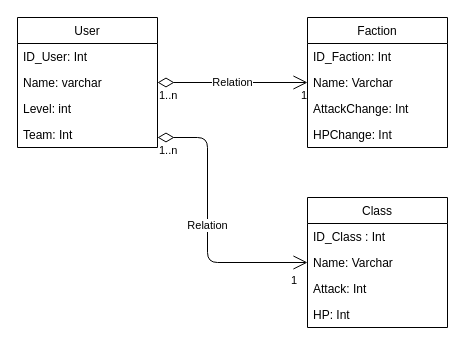
The draw.io diagram diagramme/diagClass.dio in No-Game-No-Pain/Game, before the edit. Source tidied: cells renumbered, new cells numbered last; positions are measured from the earlier drawing's top-left corner, leaving out a move shared by most shapes. Both pictures are drawn from the tidied source at 100%, with x=0, y=0 at pixel (17, 17).
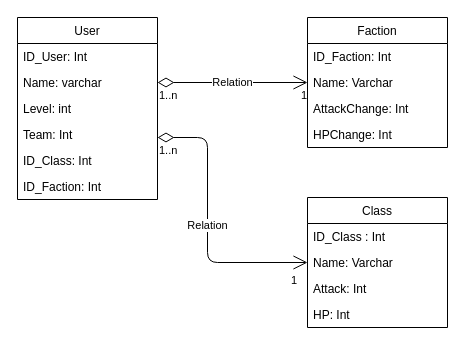
After the change.

Commit message (it also covers changes not shown here):
corrige diagram

Change to the diagram source:
```diff
@@
     <mxCell id="2" value="User" style="swimlane;fontStyle=0;horizontal=1;startSize=26;fillColor=none;" parent="1" vertex="1">
-      <mxGeometry width="140" height="130" as="geometry" />
+      <mxGeometry width="140" height="182" as="geometry" />
     </mxCell>
@@
+    <mxCell id="23" value="ID_Class: Int" style="text;strokeColor=none;fillColor=none;align=left;verticalAlign=top;spacingLeft=4;spacingRight=4;overflow=hidden;" parent="2" vertex="1">
+      <mxGeometry y="130" width="140" height="26" as="geometry" />
+    </mxCell>
+    <mxCell id="24" value="ID_Faction: Int" style="text;strokeColor=none;fillColor=none;align=left;verticalAlign=top;spacingLeft=4;spacingRight=4;overflow=hidden;" parent="2" vertex="1">
+      <mxGeometry y="156" width="140" height="26" as="geometry" />
+    </mxCell>
```
